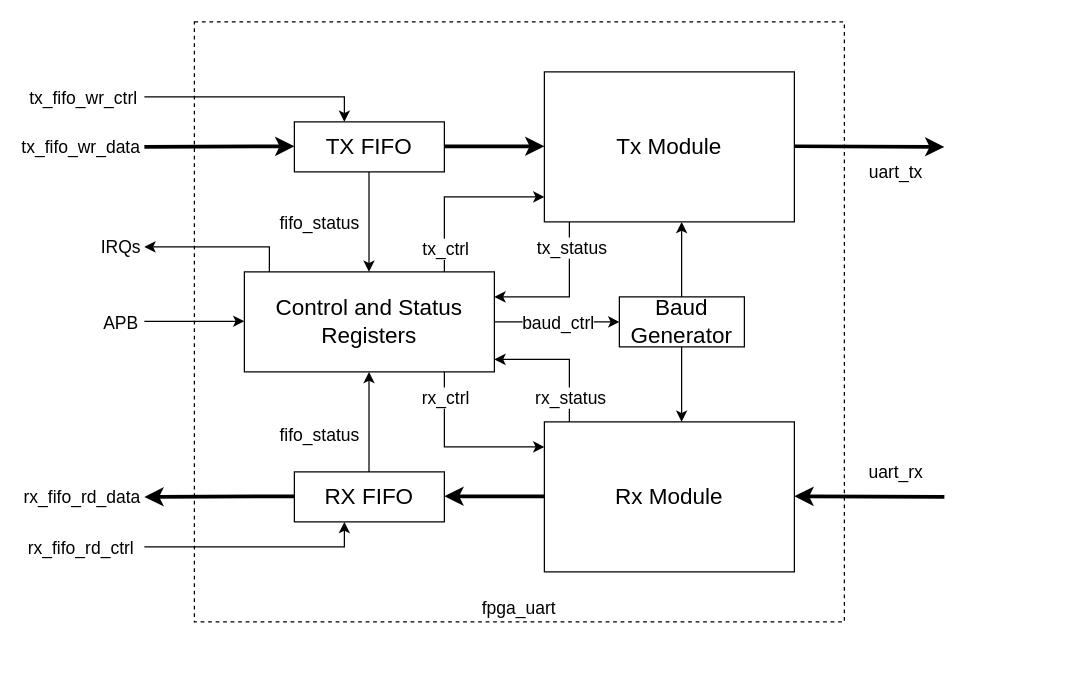
Before: page "top_arch" (1 of 3) of docs/fpga_uart_arch.drawio in T-Szymk/fpga_uart, a draw.io diagram. Source tidied: cells renumbered, new cells numbered last; positions are measured from the earlier drawing's top-left corner, leaving out a move shared by most shapes. Both pictures are drawn from the tidied source at 125%, with x=0, y=0 at pixel (144, 21).
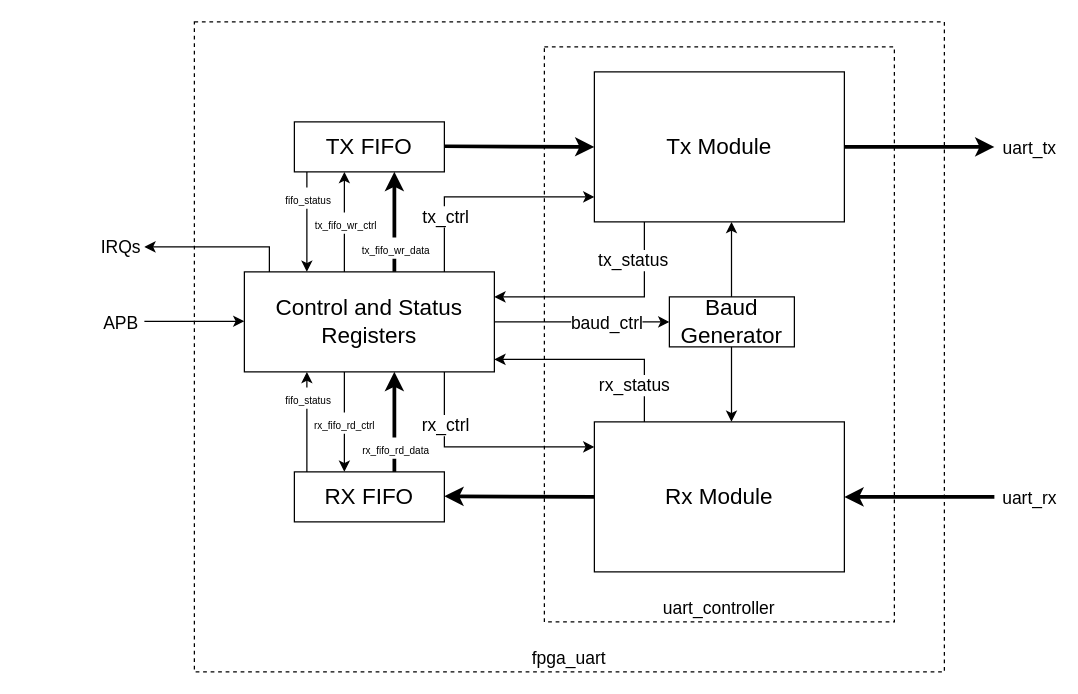
Above is the later version.

Commit message:
update arch diagram

Unchanged cells that the change refers to:
```xml
<mxCell id="19" value="Control and Status Registers" style="rounded=0;whiteSpace=wrap;html=1;fontSize=18;" parent="1" vertex="1">
  <mxGeometry x="80" y="200" width="200" height="80" as="geometry" />
</mxCell>
```

What changed in the source:
```diff
@@
+    <mxCell id="42" value="fpga_uart" style="rounded=0;whiteSpace=wrap;html=1;fontSize=14;fillColor=none;dashed=1;verticalAlign=bottom;" parent="1" vertex="1">
+      <mxGeometry x="40" width="600" height="520" as="geometry" />
+    </mxCell>
+    <mxCell id="43" value="uart_controller" style="rounded=0;whiteSpace=wrap;html=1;fontSize=14;fillColor=none;dashed=1;verticalAlign=bottom;" parent="1" vertex="1">
+      <mxGeometry x="320" y="20" width="280" height="460" as="geometry" />
+    </mxCell>
     <mxCell id="2" value="Baud Generator" style="rounded=0;whiteSpace=wrap;html=1;fontSize=18;" parent="1" vertex="1">
-      <mxGeometry x="380" y="220" width="100" height="40" as="geometry" />
+      <mxGeometry x="420" y="220" width="100" height="40" as="geometry" />
     </mxCell>
     <mxCell id="3" value="Tx Module" style="rounded=0;whiteSpace=wrap;html=1;fontSize=18;" parent="1" vertex="1">
-      <mxGeometry x="320" y="40" width="200" height="120" as="geometry" />
+      <mxGeometry x="360" y="40" width="200" height="120" as="geometry" />
     </mxCell>
     <mxCell id="4" value="Rx Module" style="rounded=0;whiteSpace=wrap;html=1;fontSize=18;" parent="1" vertex="1">
-      <mxGeometry x="320" y="320" width="200" height="120" as="geometry" />
+      <mxGeometry x="360" y="320" width="200" height="120" as="geometry" />
     </mxCell>
@@
-    <mxCell id="7" style="endArrow=classic;html=1;rounded=0;fontSize=18;strokeWidth=3;" parent="1" edge="1">
+    <mxCell id="7" style="endArrow=classic;html=1;rounded=0;fontSize=18;strokeWidth=3;exitX=0;exitY=0.5;exitDx=0;exitDy=0;" parent="1" edge="1" source="4">
       <mxGeometry relative="1" as="geometry">
-        <mxPoint x="320" y="379.5" as="sourcePoint" />
         <mxPoint x="240" y="379.5" as="targetPoint" />
       </mxGeometry>
     </mxCell>
     <mxCell id="8" style="endArrow=classic;html=1;rounded=0;fontSize=18;strokeWidth=3;" parent="1" edge="1">
       <mxGeometry relative="1" as="geometry">
         <mxPoint x="240" y="99.5" as="sourcePoint" />
-        <mxPoint x="320" y="99.5" as="targetPoint" />
+        <mxPoint x="360" y="100" as="targetPoint" />
       </mxGeometry>
     </mxCell>
     <mxCell id="9" style="endArrow=classic;html=1;rounded=0;fontSize=18;strokeWidth=3;" parent="1" edge="1">
       <mxGeometry relative="1" as="geometry">
-        <mxPoint x="120" y="379.5" as="sourcePoint" />
-        <mxPoint y="380" as="targetPoint" />
+        <mxPoint x="200" y="360" as="sourcePoint" />
+        <mxPoint x="200" y="280" as="targetPoint" />
       </mxGeometry>
     </mxCell>
-    <mxCell id="10" value="rx_fifo_rd_data" style="edgeLabel;html=1;align=center;verticalAlign=middle;fontSize=14;" parent="9" vertex="1">
+    <mxCell id="10" value="&lt;font style=&quot;font-size: 8px;&quot;&gt;rx_fifo_rd_data&lt;/font&gt;" style="edgeLabel;html=1;align=center;verticalAlign=middle;fontSize=14;" parent="9" vertex="1">
       <mxGeometry x="0.29" y="-1" relative="1" as="geometry">
-        <mxPoint x="-93" y="1" as="offset" />
+        <mxPoint x="-1" y="32" as="offset" />
       </mxGeometry>
     </mxCell>
     <mxCell id="11" style="endArrow=classic;html=1;rounded=0;fontSize=18;strokeWidth=3;" parent="1" edge="1">
       <mxGeometry relative="1" as="geometry">
-        <mxPoint y="100" as="sourcePoint" />
-        <mxPoint x="120" y="99.5" as="targetPoint" />
+        <mxPoint x="200" y="200" as="sourcePoint" />
+        <mxPoint x="200" y="120" as="targetPoint" />
       </mxGeometry>
     </mxCell>
-    <mxCell id="12" value="tx_fifo_wr_data" style="edgeLabel;html=1;align=center;verticalAlign=middle;fontSize=14;" parent="11" vertex="1">
+    <mxCell id="12" value="&lt;font style=&quot;font-size: 8px;&quot;&gt;tx_fifo_wr_data&lt;/font&gt;" style="edgeLabel;html=1;align=center;verticalAlign=middle;fontSize=14;" parent="11" vertex="1">
       <mxGeometry x="-0.66" y="1" relative="1" as="geometry">
-        <mxPoint x="-71" y="1" as="offset" />
+        <mxPoint x="1" y="-6" as="offset" />
       </mxGeometry>
     </mxCell>
-    <mxCell id="13" style="endArrow=classic;html=1;rounded=0;fontSize=18;strokeWidth=3;" parent="1" edge="1">
+    <mxCell id="13" style="endArrow=classic;html=1;rounded=0;fontSize=18;strokeWidth=3;entryX=1;entryY=0.5;entryDx=0;entryDy=0;" parent="1" edge="1" target="4">
       <mxGeometry relative="1" as="geometry">
-        <mxPoint x="640" y="380" as="sourcePoint" />
-        <mxPoint x="520" y="379.5" as="targetPoint" />
+        <mxPoint x="680" y="380" as="sourcePoint" />
       </mxGeometry>
     </mxCell>
     <mxCell id="14" value="uart_rx" style="edgeLabel;html=1;align=center;verticalAlign=middle;fontSize=14;" parent="13" vertex="1">
       <mxGeometry x="-0.27" y="-5" relative="1" as="geometry">
-        <mxPoint x="4" y="-15" as="offset" />
+        <mxPoint x="71" y="5" as="offset" />
       </mxGeometry>
     </mxCell>
     <mxCell id="15" style="endArrow=classic;html=1;rounded=0;fontSize=18;strokeWidth=3;" parent="1" edge="1">
       <mxGeometry relative="1" as="geometry">
-        <mxPoint x="520" y="99.5" as="sourcePoint" />
-        <mxPoint x="640" y="100" as="targetPoint" />
+        <mxPoint x="560" y="100" as="sourcePoint" />
+        <mxPoint x="680" y="100" as="targetPoint" />
       </mxGeometry>
     </mxCell>
     <mxCell id="16" value="uart_tx" style="edgeLabel;html=1;align=center;verticalAlign=middle;fontSize=14;" parent="15" vertex="1">
       <mxGeometry x="0.23" y="4" relative="1" as="geometry">
-        <mxPoint x="6" y="24" as="offset" />
+        <mxPoint x="73" y="4" as="offset" />
       </mxGeometry>
     </mxCell>
     <mxCell id="17" style="edgeStyle=orthogonalEdgeStyle;rounded=0;jettySize=auto;html=1;exitX=1;exitY=0.5;exitDx=0;exitDy=0;fontSize=14;startArrow=none;startFill=0;" parent="1" edge="1" source="19">
       <mxGeometry relative="1" as="geometry">
-        <mxPoint x="380" y="240" as="targetPoint" />
+        <mxPoint x="420" y="240" as="targetPoint" />
       </mxGeometry>
     </mxCell>
     <mxCell id="18" value="baud_ctrl" style="edgeLabel;html=1;align=center;verticalAlign=middle;fontSize=14;" parent="17" vertex="1">
       <mxGeometry x="-0.37" y="1" relative="1" as="geometry">
-        <mxPoint x="18" y="1" as="offset" />
+        <mxPoint x="45" y="1" as="offset" />
       </mxGeometry>
     </mxCell>
@@
     <mxCell id="20" style="endArrow=classic;html=1;rounded=0;strokeWidth=1;fontSize=18;startArrow=none;startFill=0;" parent="1" edge="1">
       <mxGeometry relative="1" as="geometry">
-        <mxPoint x="179.7" y="120" as="sourcePoint" />
-        <mxPoint x="179.7" y="200" as="targetPoint" />
+        <mxPoint x="130" y="120" as="sourcePoint" />
+        <mxPoint x="130" y="200" as="targetPoint" />
       </mxGeometry>
     </mxCell>
-    <mxCell id="21" value="fifo_status" style="edgeLabel;html=1;align=center;verticalAlign=middle;fontSize=14;" parent="20" vertex="1">
+    <mxCell id="21" value="&lt;font style=&quot;font-size: 8px;&quot;&gt;fifo_status&lt;/font&gt;" style="edgeLabel;html=1;align=center;verticalAlign=middle;fontSize=14;" parent="20" vertex="1">
       <mxGeometry x="-0.27" y="-2" relative="1" as="geometry">
-        <mxPoint x="-38" y="11" as="offset" />
+        <mxPoint x="2" y="-9" as="offset" />
       </mxGeometry>
     </mxCell>
     <mxCell id="22" style="endArrow=classic;html=1;rounded=0;strokeWidth=1;fontSize=18;startArrow=none;startFill=0;" parent="1" edge="1">
       <mxGeometry relative="1" as="geometry">
-        <mxPoint x="179.7" y="360" as="sourcePoint" />
-        <mxPoint x="179.7" y="280" as="targetPoint" />
+        <mxPoint x="130" y="360" as="sourcePoint" />
+        <mxPoint x="130" y="280" as="targetPoint" />
       </mxGeometry>
     </mxCell>
-    <mxCell id="23" value="fifo_status" style="edgeLabel;html=1;align=center;verticalAlign=middle;fontSize=14;" parent="22" vertex="1">
+    <mxCell id="23" value="&lt;font style=&quot;font-size: 8px;&quot;&gt;fifo_status&lt;/font&gt;" style="edgeLabel;html=1;align=center;verticalAlign=middle;fontSize=14;" parent="22" vertex="1">
       <mxGeometry x="-0.25" y="-2" relative="1" as="geometry">
-        <mxPoint x="-42" as="offset" />
+        <mxPoint x="-2" y="-30" as="offset" />
       </mxGeometry>
     </mxCell>
@@
     <mxCell id="26" style="endArrow=classic;html=1;rounded=0;fontSize=14;" parent="1" edge="1">
       <mxGeometry relative="1" as="geometry">
-        <mxPoint x="340" y="320" as="sourcePoint" />
+        <mxPoint x="400" y="320" as="sourcePoint" />
         <mxPoint x="280" y="270" as="targetPoint" />
         <Array as="points">
-          <mxPoint x="340" y="300" />
-          <mxPoint x="340" y="270" />
+          <mxPoint x="400" y="270" />
         </Array>
       </mxGeometry>
     </mxCell>
     <mxCell id="27" value="rx_status" style="edgeLabel;html=1;align=center;verticalAlign=middle;fontSize=14;" parent="26" vertex="1">
       <mxGeometry x="0.24" relative="1" as="geometry">
-        <mxPoint x="18" y="30" as="offset" />
+        <mxPoint x="46" y="20" as="offset" />
       </mxGeometry>
     </mxCell>
     <mxCell id="28" style="endArrow=classic;html=1;rounded=0;fontSize=14;" parent="1" edge="1">
       <mxGeometry relative="1" as="geometry">
-        <mxPoint y="60" as="sourcePoint" />
-        <mxPoint x="160" y="80" as="targetPoint" />
-        <Array as="points">
-          <mxPoint x="160" y="60" />
-        </Array>
+        <mxPoint x="160" y="200" as="sourcePoint" />
+        <mxPoint x="160" y="120" as="targetPoint" />
       </mxGeometry>
     </mxCell>
-    <mxCell id="29" value="tx_fifo_wr_ctrl" style="edgeLabel;html=1;align=center;verticalAlign=middle;fontSize=14;" parent="28" vertex="1">
+    <mxCell id="29" value="&lt;font style=&quot;font-size: 8px;&quot;&gt;tx_fifo_wr_ctrl&lt;/font&gt;" style="edgeLabel;html=1;align=center;verticalAlign=middle;fontSize=14;" parent="28" vertex="1">
       <mxGeometry x="-0.93" y="1" relative="1" as="geometry">
-        <mxPoint x="-56" y="1" as="offset" />
+        <mxPoint x="1" y="-37" as="offset" />
       </mxGeometry>
     </mxCell>
     <mxCell id="30" style="endArrow=classic;html=1;rounded=0;fontSize=14;" parent="1" edge="1">
       <mxGeometry relative="1" as="geometry">
-        <mxPoint y="420" as="sourcePoint" />
-        <mxPoint x="160" y="400" as="targetPoint" />
-        <Array as="points">
-          <mxPoint x="160" y="420" />
-        </Array>
+        <mxPoint x="160" y="280" as="sourcePoint" />
+        <mxPoint x="160" y="360" as="targetPoint" />
       </mxGeometry>
     </mxCell>
-    <mxCell id="31" value="rx_fifo_rd_ctrl&amp;nbsp;" style="edgeLabel;html=1;align=center;verticalAlign=middle;fontSize=14;" parent="30" vertex="1">
+    <mxCell id="31" value="&lt;font style=&quot;font-size: 8px;&quot;&gt;rx_fifo_rd_ctrl&amp;nbsp;&lt;/font&gt;" style="edgeLabel;html=1;align=center;verticalAlign=middle;fontSize=14;" parent="30" vertex="1">
       <mxGeometry x="-0.71" y="-1" relative="1" as="geometry">
-        <mxPoint x="-76" y="-1" as="offset" />
+        <mxPoint x="1" y="28" as="offset" />
       </mxGeometry>
     </mxCell>
     <mxCell id="32" style="endArrow=classic;html=1;rounded=0;fontSize=14;" parent="1" edge="1">
       <mxGeometry relative="1" as="geometry">
         <mxPoint x="240" y="200" as="sourcePoint" />
-        <mxPoint x="320" y="140" as="targetPoint" />
+        <mxPoint x="360" y="140" as="targetPoint" />
         <Array as="points">
           <mxPoint x="240" y="140" />
         </Array>
       </mxGeometry>
     </mxCell>
     <mxCell id="33" value="tx_ctrl" style="edgeLabel;html=1;align=center;verticalAlign=middle;fontSize=14;" parent="32" vertex="1">
       <mxGeometry x="-0.73" y="-2" relative="1" as="geometry">
-        <mxPoint x="-2" as="offset" />
+        <mxPoint x="-2" y="-21" as="offset" />
       </mxGeometry>
     </mxCell>
     <mxCell id="34" style="endArrow=classic;html=1;rounded=0;fontSize=14;" parent="1" edge="1">
       <mxGeometry relative="1" as="geometry">
         <mxPoint x="240" y="280" as="sourcePoint" />
-        <mxPoint x="320" y="340" as="targetPoint" />
+        <mxPoint x="360" y="340" as="targetPoint" />
         <Array as="points">
           <mxPoint x="240" y="340" />
         </Array>
       </mxGeometry>
     </mxCell>
     <mxCell id="35" value="rx_ctrl" style="edgeLabel;html=1;align=center;verticalAlign=middle;fontSize=14;" parent="34" vertex="1">
       <mxGeometry x="-0.38" y="-1" relative="1" as="geometry">
-        <mxPoint x="1" y="-23" as="offset" />
+        <mxPoint x="1" y="-14" as="offset" />
       </mxGeometry>
     </mxCell>
     <mxCell id="36" style="endArrow=classic;html=1;rounded=0;fontSize=14;" parent="1" edge="1">
       <mxGeometry relative="1" as="geometry">
-        <mxPoint x="340" y="160" as="sourcePoint" />
+        <mxPoint x="400" y="160" as="sourcePoint" />
         <mxPoint x="280" y="220" as="targetPoint" />
         <Array as="points">
-          <mxPoint x="340" y="220" />
+          <mxPoint x="400" y="220" />
         </Array>
       </mxGeometry>
     </mxCell>
     <mxCell id="37" value="tx_status" style="edgeLabel;html=1;align=center;verticalAlign=middle;fontSize=14;" parent="36" vertex="1">
       <mxGeometry x="0.24" relative="1" as="geometry">
-        <mxPoint x="15" y="-40" as="offset" />
+        <mxPoint x="42" y="-30" as="offset" />
       </mxGeometry>
     </mxCell>
     <mxCell id="38" style="endArrow=classic;html=1;rounded=0;fontSize=14;" parent="1" edge="1">
       <mxGeometry relative="1" as="geometry">
-        <mxPoint x="429.8" y="220" as="sourcePoint" />
-        <mxPoint x="429.8" y="160" as="targetPoint" />
+        <mxPoint x="469.7" y="220" as="sourcePoint" />
+        <mxPoint x="469.7" y="160" as="targetPoint" />
       </mxGeometry>
     </mxCell>
     <mxCell id="39" style="endArrow=classic;html=1;rounded=0;fontSize=14;" parent="1" edge="1">
       <mxGeometry relative="1" as="geometry">
-        <mxPoint x="429.8" y="260" as="sourcePoint" />
-        <mxPoint x="429.8" y="320" as="targetPoint" />
+        <mxPoint x="469.7" y="260" as="sourcePoint" />
+        <mxPoint x="469.7" y="320" as="targetPoint" />
       </mxGeometry>
     </mxCell>
@@
-    <mxCell id="42" value="fpga_uart" style="rounded=0;whiteSpace=wrap;html=1;fontSize=14;fillColor=none;dashed=1;verticalAlign=bottom;" parent="1" vertex="1">
-      <mxGeometry x="40" width="520" height="480" as="geometry" />
-    </mxCell>
```
